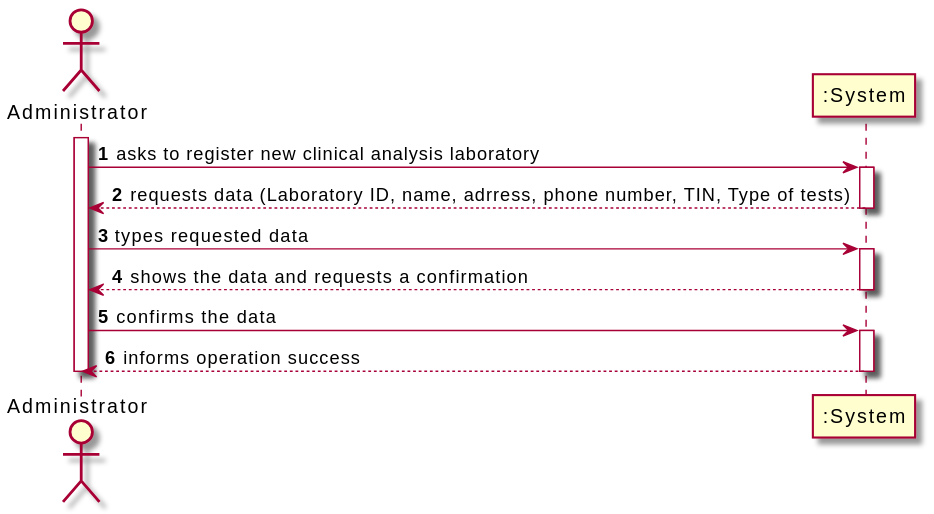
Above: docs/SprintB/US_8/ImagesUsed/US8_SSD.svg in RuiRioPina/LAPR2-20-21 (PlantUML), before the change.
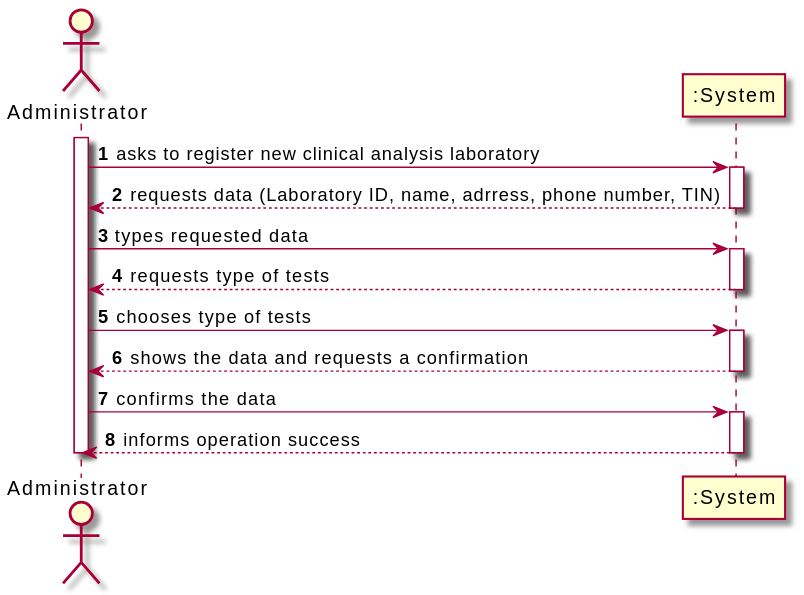
After the change.

What changed in the source:
```diff
@@ -5,10 +5,15 @@
 activate ADMIN
 ADMIN-> ":System" : asks to register new clinical analysis laboratory
 activate ":System"
-":System" --> ADMIN : requests data (Laboratory ID, name, adrress, phone number, TIN, Type of tests)
+":System" --> ADMIN : requests data (Laboratory ID, name, adrress, phone number, TIN)
 deactivate ":System"
 
 ADMIN -> ":System" : types requested data
+activate ":System"
+":System" --> ADMIN : requests type of tests
+deactivate ":System"
+
+ADMIN -> ":System" : chooses type of tests
 activate ":System"
 ":System" --> ADMIN : shows the data and requests a confirmation
 deactivate ":System"
```
